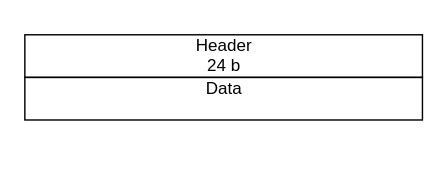
The draw.io diagram pictures/contentt.drawio in SamoKopecky/diploma-thesis-latex, before the edit. Source tidied: cells renumbered, new cells numbered last; positions are measured from the earlier drawing's top-left corner, leaving out a move shared by most shapes. Both pictures are drawn from the tidied source at 142%, with x=0, y=0 at pixel (24, 24).
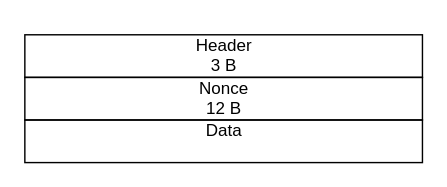
The same diagram, later.

What changed in the source:
```diff
@@
 <mxGraphModel>
   <root>
     <mxCell id="0" />
     <mxCell id="1" parent="0" />
     <mxCell id="2" style="group;" parent="1" vertex="1">
-      <mxGeometry width="280" height="74" as="geometry" />
+      <mxGeometry width="280" height="77" as="geometry" />
     </mxCell>
     <mxCell id="3" style="rounded=0;whiteSpace=wrap;html=1;fillColor=none;" parent="2" vertex="1">
       <mxGeometry y="7" width="280" height="30" as="geometry" />
     </mxCell>
     <mxCell id="4" value="&lt;span style=&quot;&quot;&gt;Header&lt;br&gt;&lt;/span&gt;" style="text;html=1;align=center;verticalAlign=middle;strokeColor=none;fillColor=none;" parent="2" vertex="1">
       <mxGeometry x="110" width="60" height="30" as="geometry" />
     </mxCell>
+    <mxCell id="7" value="3 B" style="text;html=1;align=center;verticalAlign=middle;strokeColor=none;fillColor=none;" parent="2" vertex="1">
+      <mxGeometry x="120" y="14" width="40" height="30" as="geometry" />
+    </mxCell>
+    <mxCell id="8" style="group;" parent="2" vertex="1">
+      <mxGeometry y="60" width="280" height="37" as="geometry" />
+    </mxCell>
-    <mxCell id="5" style="rounded=0;whiteSpace=wrap;html=1;fillColor=none;" parent="2" vertex="1">
-      <mxGeometry y="37" width="280" height="30" as="geometry" />
+    <mxCell id="5" style="rounded=0;whiteSpace=wrap;html=1;fillColor=none;" parent="8" vertex="1">
+      <mxGeometry y="7" width="280" height="30" as="geometry" />
     </mxCell>
-    <mxCell id="6" value="&lt;span style=&quot;&quot;&gt;Data&lt;br&gt;&lt;/span&gt;" style="text;html=1;align=center;verticalAlign=middle;strokeColor=none;fillColor=none;" parent="2" vertex="1">
-      <mxGeometry x="115" y="30" width="50" height="30" as="geometry" />
+    <mxCell id="6" value="&lt;span style=&quot;&quot;&gt;Data&lt;br&gt;&lt;/span&gt;" style="text;html=1;align=center;verticalAlign=middle;strokeColor=none;fillColor=none;" parent="8" vertex="1">
+      <mxGeometry x="115" width="50" height="30" as="geometry" />
     </mxCell>
-    <mxCell id="7" value="24 b" style="text;html=1;align=center;verticalAlign=middle;strokeColor=none;fillColor=none;" parent="2" vertex="1">
-      <mxGeometry x="115" y="14" width="50" height="30" as="geometry" />
-    </mxCell>
+    <mxCell id="9" style="group;" parent="2" vertex="1">
+      <mxGeometry y="30" width="280" height="47" as="geometry" />
+    </mxCell>
+    <mxCell id="10" style="rounded=0;whiteSpace=wrap;html=1;fillColor=none;" parent="9" vertex="1">
+      <mxGeometry y="7" width="280" height="30" as="geometry" />
+    </mxCell>
+    <mxCell id="11" value="&lt;span style=&quot;&quot;&gt;Nonce&lt;br&gt;&lt;/span&gt;" style="text;html=1;align=center;verticalAlign=middle;strokeColor=none;fillColor=none;" parent="9" vertex="1">
+      <mxGeometry x="110" width="60" height="30" as="geometry" />
+    </mxCell>
+    <mxCell id="12" value="12 B" style="text;html=1;align=center;verticalAlign=middle;strokeColor=none;fillColor=none;" parent="9" vertex="1">
+      <mxGeometry x="115" y="14" width="50" height="30" as="geometry" />
+    </mxCell>
   </root>
 </mxGraphModel>
```
